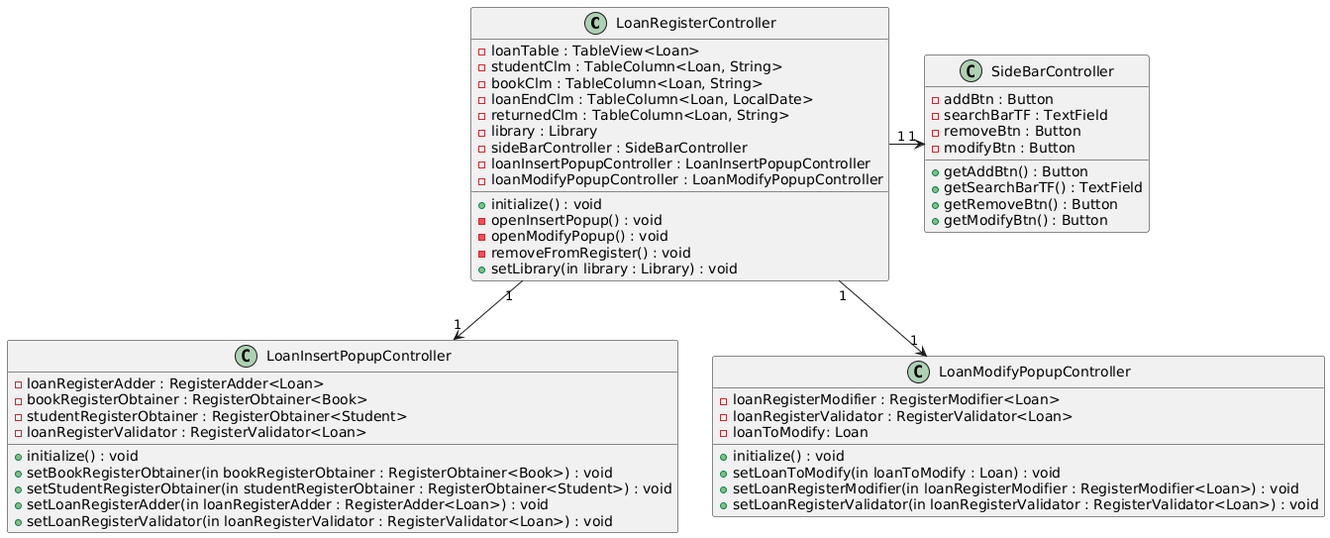
Before: docs/Class Diagrams/Register Controllers Perspective/Loan/LoanControllerPerspective.png, a diagram exported from PlantUML (cwke/LibraryManager).
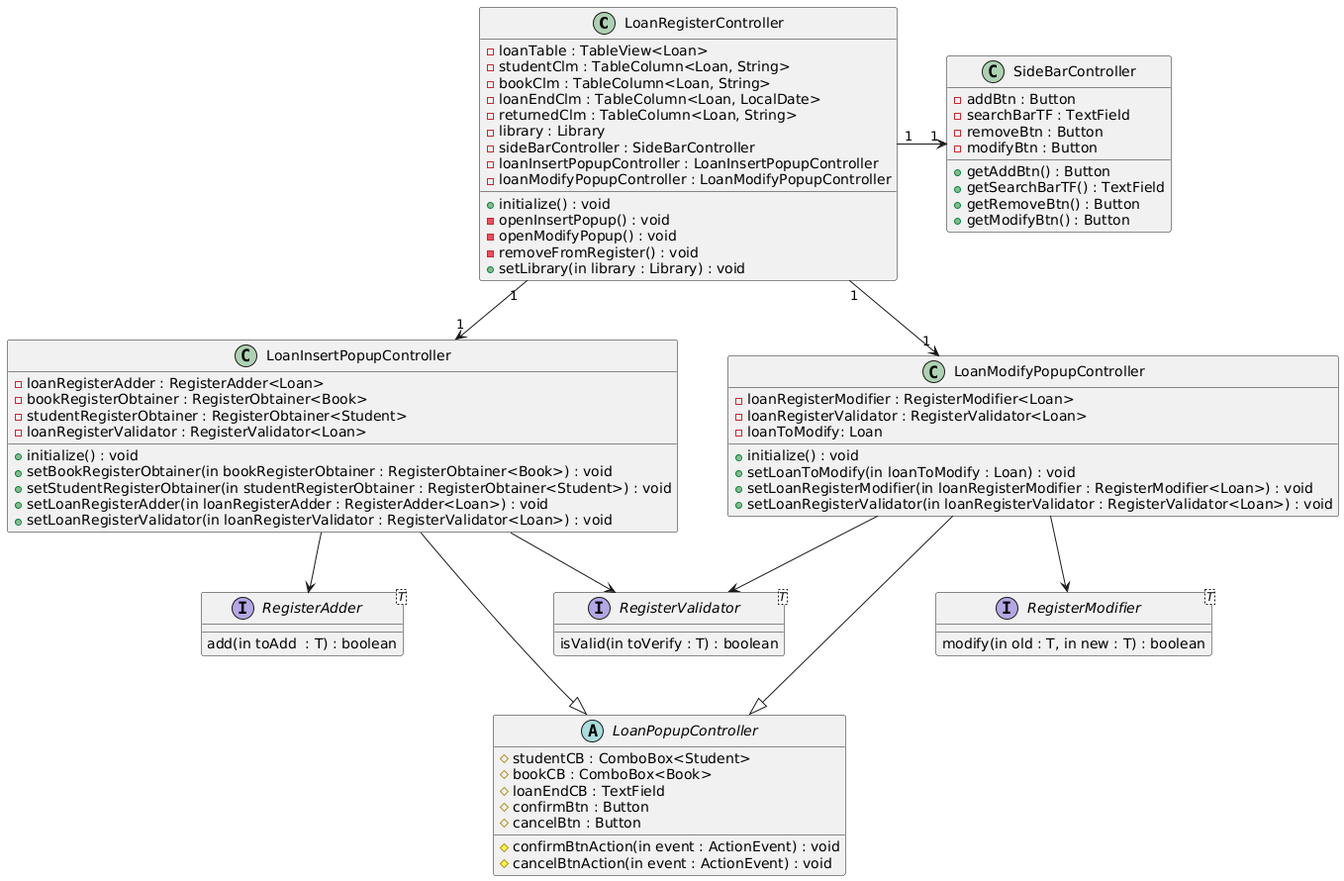
Later version of the same file.

Diff of the diagram source:
```diff
@@ -1,4 +1,6 @@
 @startuml
+skinparam nodesep 50
+
 class LoanRegisterController{
 +initialize() : void
 -loanTable : TableView<Loan>
@@ -43,6 +45,7 @@
 }
 
 
+
 class LoanModifyPopupController{
 +initialize() : void
 +setLoanToModify(in loanToModify : Loan) : void
@@ -53,7 +56,50 @@
 +setLoanRegisterValidator(in loanRegisterValidator : RegisterValidator<Loan>) : void
 }
 
+
+
+
+  interface RegisterAdder<T>{
+add(in toAdd  : T) : boolean
+}
+
+interface RegisterModifier<T>{
+modify(in old : T, in new : T) : boolean
+}
+
+
+interface RegisterValidator<T>{
+isValid(in toVerify : T) : boolean
+}
+
+
+abstract class LoanPopupController{
+#studentCB : ComboBox<Student>
+#bookCB : ComboBox<Book>
+#loanEndCB : TextField
+#confirmBtn : Button
+#cancelBtn : Button
+
+#confirmBtnAction(in event : ActionEvent) : void
+#cancelBtnAction(in event : ActionEvent) : void
+}
+
+
+LoanInsertPopupController ---|> LoanPopupController
+LoanModifyPopupController ---|> LoanPopupController
+
+
+LoanInsertPopupController -d-> RegisterValidator
+LoanInsertPopupController --> RegisterAdder
+
+LoanModifyPopupController -d-> RegisterValidator
+LoanModifyPopupController --> RegisterModifier
+
+
+
 LoanRegisterController "1" -r-> "1" SideBarController
 LoanRegisterController "1" -d-> "1" LoanInsertPopupController
 LoanRegisterController "1" -d-> "1" LoanModifyPopupController
+
+RegisterAdder -[hidden]right- RegisterValidator
 @enduml
```
